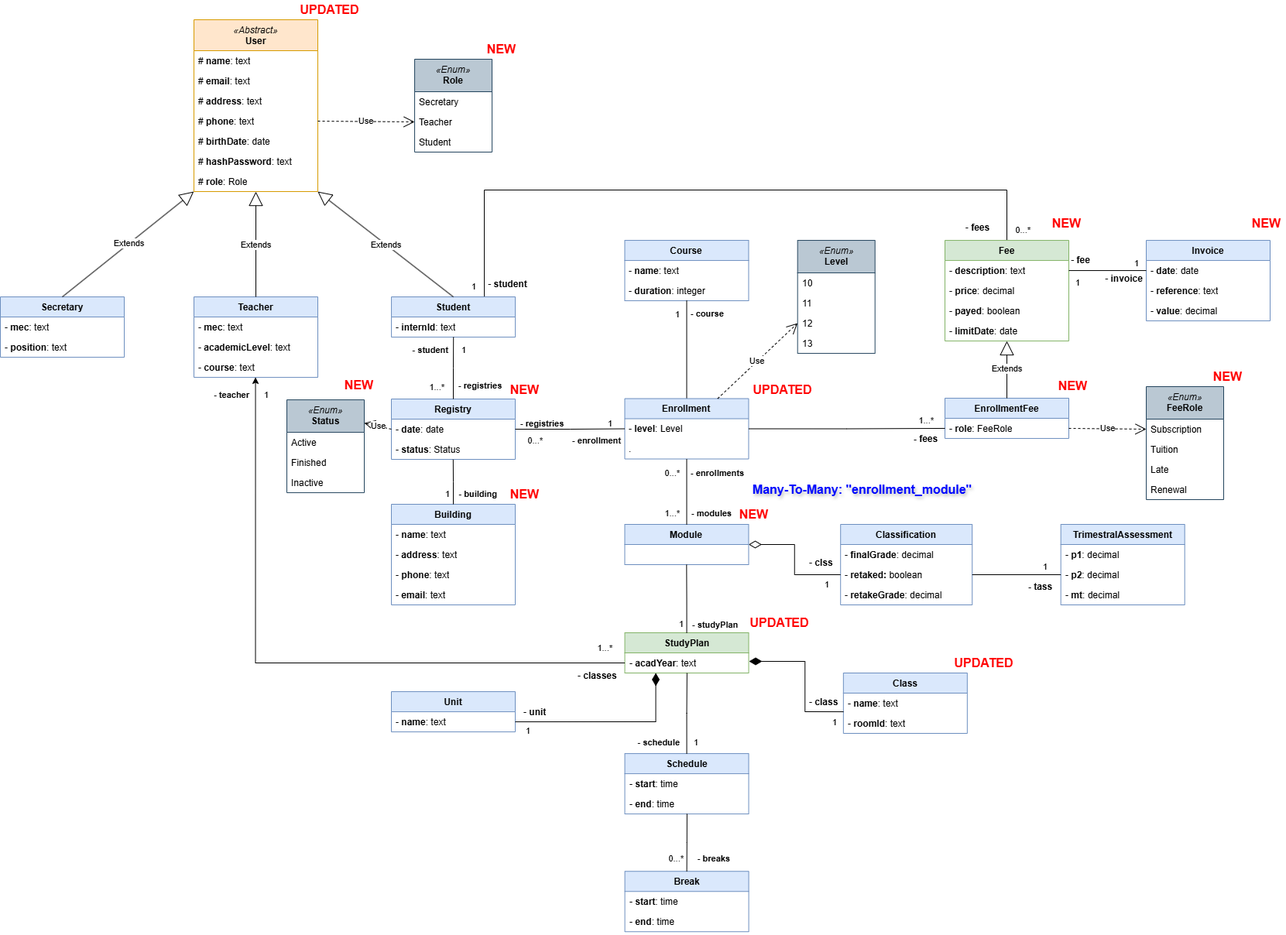
Before: documentation/data-model.drawio.png, a diagram exported from draw.io (Joaquim-Claudio/Imptel-Online_P.D.S-2024-2025). Source tidied: cells renumbered, new cells last; positions are measured from the earlier drawing's top-left corner, leaving out a move shared by most shapes.
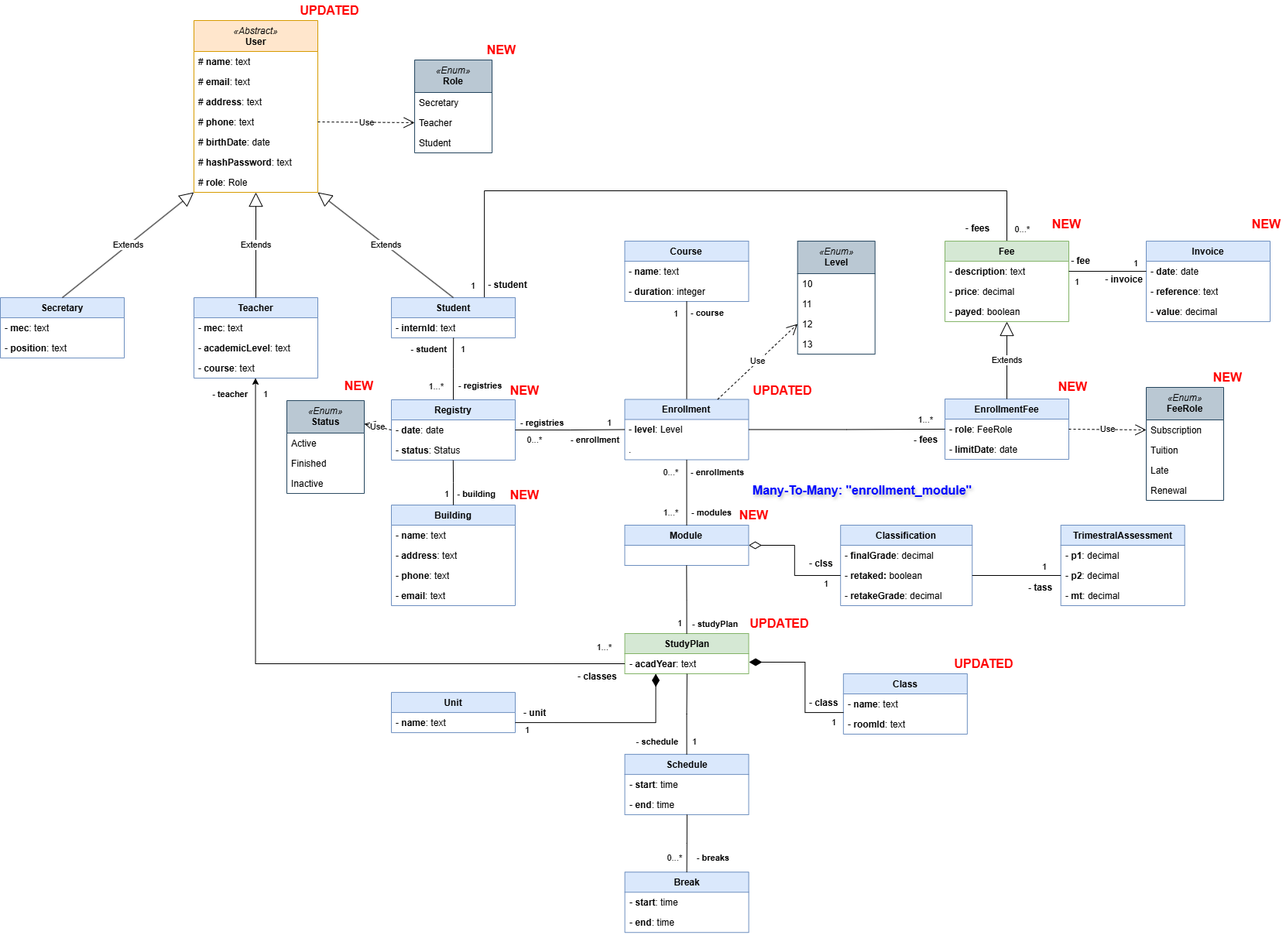
Later version of the same file.

Change to the diagram source:
```diff
@@ -376,13 +376,16 @@
       <mxGeometry relative="1" as="geometry" />
     </mxCell>
     <mxCell id="117" value="EnrollmentFee" style="swimlane;fontStyle=1;align=center;verticalAlign=top;horizontal=1;startSize=26;whiteSpace=wrap;html=1;fillColor=#dae8fc;strokeColor=#6c8ebf;" parent="1" vertex="1">
-      <mxGeometry x="1220" y="515" width="160" height="52" as="geometry" />
+      <mxGeometry x="1220" y="515" width="160" height="78" as="geometry" />
     </mxCell>
     <mxCell id="118" value="- &lt;b&gt;role&lt;/b&gt;: FeeRole" style="text;strokeColor=none;fillColor=none;align=left;verticalAlign=top;spacingLeft=4;spacingRight=4;overflow=hidden;points=[[0,0.5],[1,0.5]];portConstraint=eastwest;whiteSpace=wrap;html=1;" parent="117" vertex="1">
       <mxGeometry y="26" width="160" height="26" as="geometry" />
     </mxCell>
+    <mxCell id="123" value="- &lt;b&gt;limitDate&lt;/b&gt;: date" style="text;strokeColor=none;fillColor=none;align=left;verticalAlign=top;spacingLeft=4;spacingRight=4;overflow=hidden;whiteSpace=wrap;html=1;" parent="117" vertex="1">
+      <mxGeometry y="52" width="160" height="26" as="geometry" />
+    </mxCell>
     <mxCell id="119" value="Fee" style="swimlane;fontStyle=1;align=center;verticalAlign=top;horizontal=1;startSize=26;whiteSpace=wrap;html=1;fillColor=#d5e8d4;strokeColor=#82b366;" parent="1" vertex="1">
-      <mxGeometry x="1220" y="311.1" width="160" height="130" as="geometry" />
+      <mxGeometry x="1220" y="311.1" width="160" height="104" as="geometry" />
     </mxCell>
     <mxCell id="120" value="- &lt;b&gt;description&lt;/b&gt;: text" style="text;strokeColor=none;fillColor=none;align=left;verticalAlign=top;spacingLeft=4;spacingRight=4;overflow=hidden;points=[[0,0.5],[1,0.5]];portConstraint=eastwest;whiteSpace=wrap;html=1;" parent="119" vertex="1">
       <mxGeometry y="26" width="160" height="26" as="geometry" />
@@ -393,9 +396,6 @@
     <mxCell id="122" value="- &lt;b&gt;payed&lt;/b&gt;: boolean" style="text;strokeColor=none;fillColor=none;align=left;verticalAlign=top;spacingLeft=4;spacingRight=4;overflow=hidden;whiteSpace=wrap;html=1;" parent="119" vertex="1">
       <mxGeometry y="78" width="160" height="26" as="geometry" />
     </mxCell>
-    <mxCell id="123" value="- &lt;b&gt;limitDate&lt;/b&gt;: date" style="text;strokeColor=none;fillColor=none;align=left;verticalAlign=top;spacingLeft=4;spacingRight=4;overflow=hidden;whiteSpace=wrap;html=1;" parent="119" vertex="1">
-      <mxGeometry y="104" width="160" height="26" as="geometry" />
-    </mxCell>
     <mxCell id="124" value="Invoice" style="swimlane;fontStyle=1;align=center;verticalAlign=top;horizontal=1;startSize=26;whiteSpace=wrap;html=1;fillColor=#dae8fc;strokeColor=#6c8ebf;" parent="1" vertex="1">
       <mxGeometry x="1480" y="311.1" width="160" height="104" as="geometry" />
     </mxCell>
```
